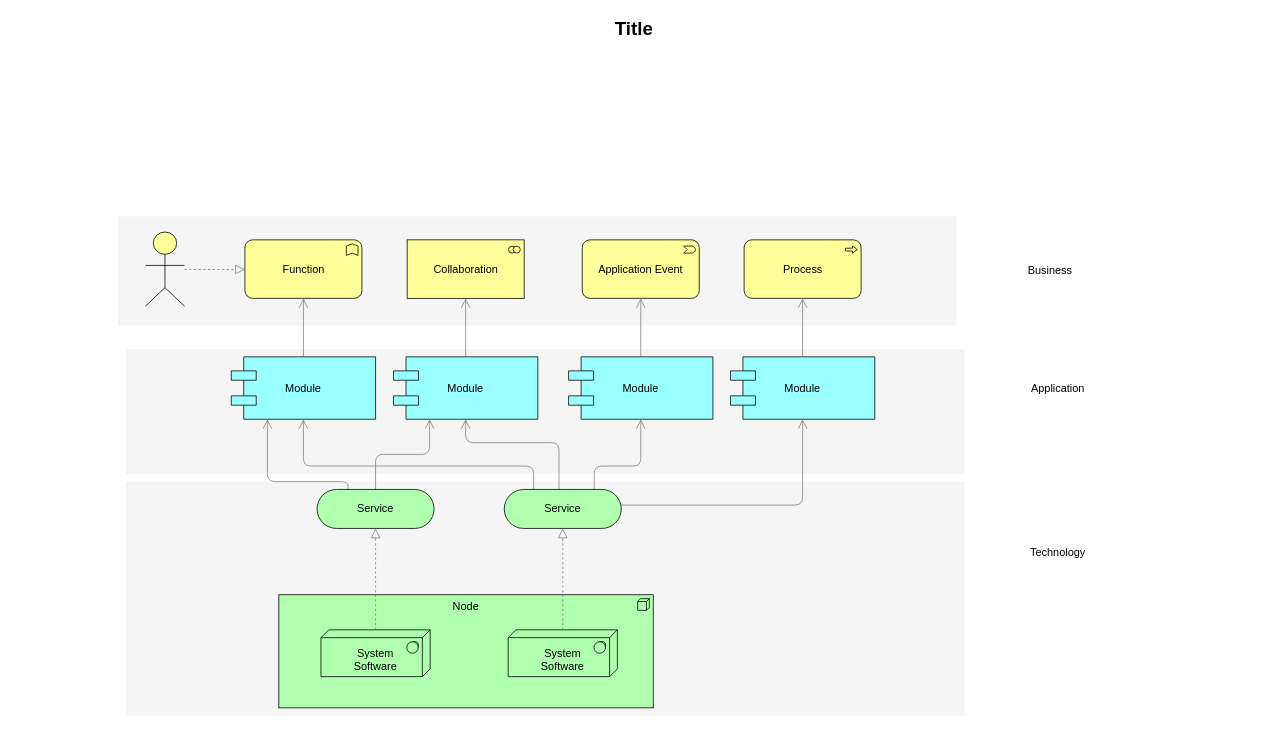
Above: 未命名绘图.drawio in sufangyu/draw_io (draw.io), before the change. Source tidied: cells renumbered, new cells numbered last; positions are measured from the earlier drawing's top-left corner, leaving out a move shared by most shapes. Both pictures are drawn from the tidied source at 78%, with x=0, y=0 at pixel (13, 13).
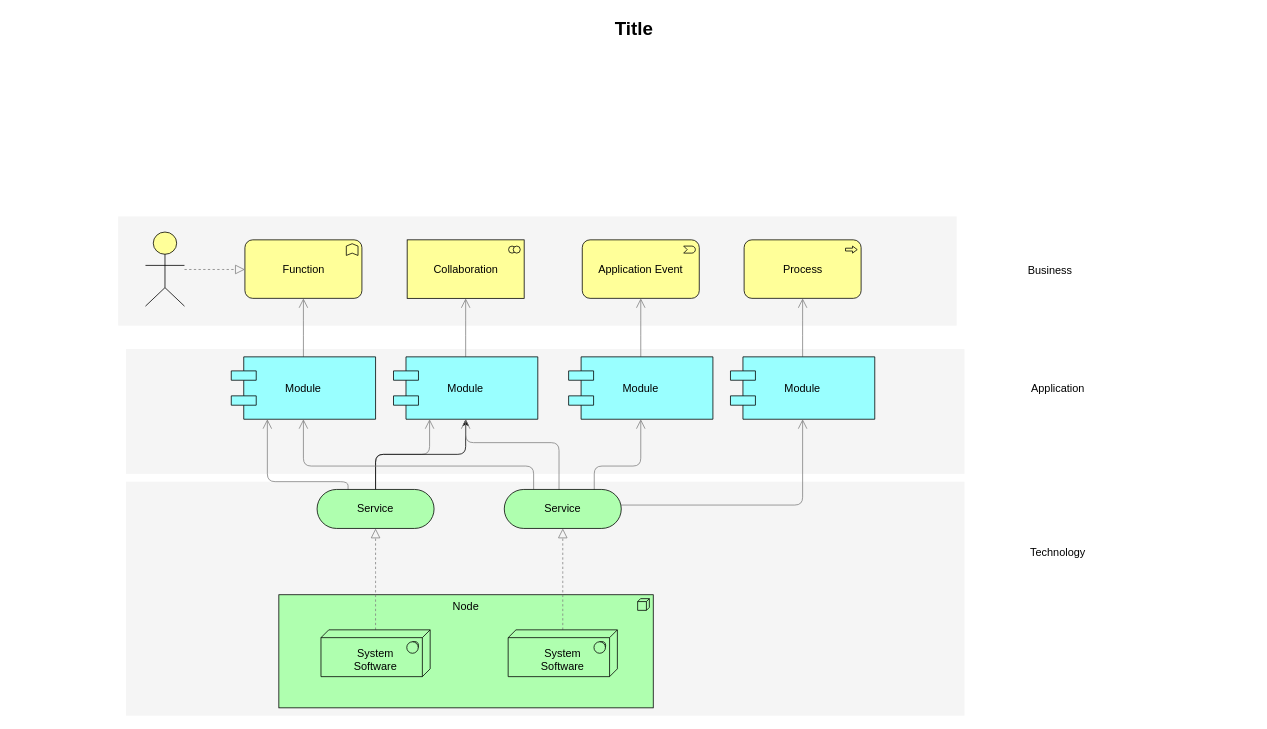
The same diagram, later.

Commit message:
更新未命名绘图.drawio

The change refers to these unchanged cells:
```xml
<mxCell id="12" value="Service" style="html=1;whiteSpace=wrap;fillColor=#AFFFAF;shape=mxgraph.archimate3.service;fontSize=14;" parent="1" vertex="1">
  <mxGeometry x="389" y="610" width="150" height="50" as="geometry" />
</mxCell>
<mxCell id="21" value="Module" style="shape=component;align=center;fillColor=#99ffff;gradientColor=none;fontSize=14;" parent="1" vertex="1">
  <mxGeometry x="487" y="440" width="185" height="80" as="geometry" />
</mxCell>
```

What changed in the source:
```diff
@@
+    <mxCell id="36" style="edgeStyle=orthogonalEdgeStyle;jettySize=auto;html=1;rounded=1;" parent="1" edge="1" source="12" target="21">
+      <mxGeometry relative="1" as="geometry" />
+    </mxCell>
```
